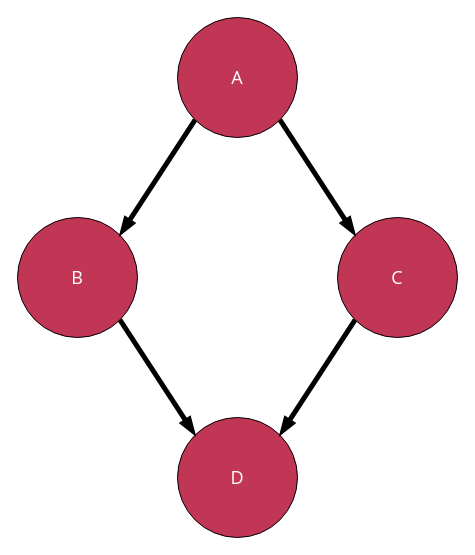
The draw.io diagram projects/hip/docs/data/tutorial/graph_api/diamond.drawio in NautRobot/Eze-P, before the edit. Source tidied: cells renumbered, new cells numbered last; positions are measured from the earlier drawing's top-left corner, leaving out a move shared by most shapes. Both pictures are drawn from the tidied source at 100%, with x=0, y=0 at pixel (17, 17).
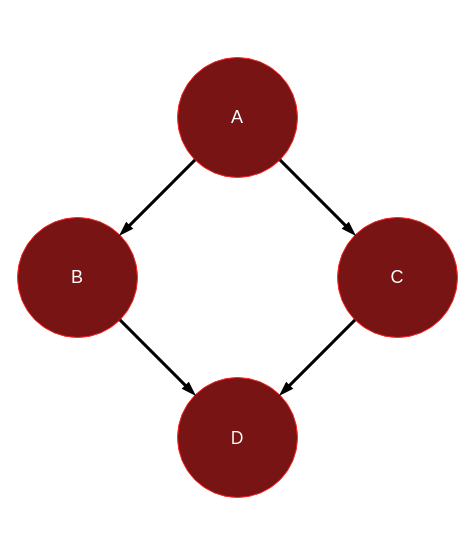
The same page after the edit.

What changed in the source:
```diff
@@
 <mxGraphModel>
   <root>
     <mxCell id="0" />
     <mxCell id="1" parent="0" />
-    <mxCell id="2" value="&lt;font style=&quot;font-size: 18px;&quot; color=&quot;#ffffff&quot;&gt;&lt;font style=&quot;font-size: 18px;&quot;&gt;A&lt;/font&gt;&lt;br style=&quot;font-size: 18px;&quot;&gt;&lt;/font&gt;" style="ellipse;whiteSpace=wrap;html=1;fillColor=#c13555;strokeColor=#000000;fontFamily=Segoe UI;fontSize=18;" parent="1" vertex="1">
-      <mxGeometry x="160" width="120" height="120" as="geometry" />
+    <mxCell id="2" value="&lt;font style=&quot;font-size: 18px;&quot;&gt;&lt;font style=&quot;font-size: 18px; color: rgb(255, 255, 255);&quot;&gt;A&lt;/font&gt;&lt;br style=&quot;font-size: 18px;&quot;&gt;&lt;/font&gt;" style="ellipse;whiteSpace=wrap;html=1;fillColor=#781414;strokeColor=#FF2424;fontFamily=Helvetica;fontSize=18;fontColor=#FFFFFF;" parent="1" vertex="1">
+      <mxGeometry x="160" y="40" width="120" height="120" as="geometry" />
     </mxCell>
-    <mxCell id="3" value="&lt;font style=&quot;font-size: 18px;&quot; color=&quot;#ffffff&quot;&gt;&lt;font style=&quot;font-size: 18px;&quot;&gt;B&lt;/font&gt;&lt;br style=&quot;font-size: 18px;&quot;&gt;&lt;/font&gt;" style="ellipse;whiteSpace=wrap;html=1;fillColor=#c13555;strokeColor=#000000;fontFamily=Segoe UI;fontSize=18;" parent="1" vertex="1">
+    <mxCell id="3" value="&lt;font style=&quot;font-size: 18px;&quot;&gt;&lt;font face=&quot;Helvetica&quot; style=&quot;font-size: 18px; color: rgb(255, 255, 255);&quot;&gt;B&lt;/font&gt;&lt;br style=&quot;font-size: 18px;&quot;&gt;&lt;/font&gt;" style="ellipse;whiteSpace=wrap;html=1;fillColor=#781414;strokeColor=#FF2424;fontFamily=Segoe UI;fontSize=18;" parent="1" vertex="1">
       <mxGeometry y="200" width="120" height="120" as="geometry" />
     </mxCell>
-    <mxCell id="4" value="&lt;font style=&quot;font-size: 18px;&quot; color=&quot;#ffffff&quot;&gt;&lt;font style=&quot;font-size: 18px;&quot;&gt;C&lt;/font&gt;&lt;br style=&quot;font-size: 18px;&quot;&gt;&lt;/font&gt;" style="ellipse;whiteSpace=wrap;html=1;fillColor=#c13555;strokeColor=#000000;fontFamily=Segoe UI;fontSize=18;" parent="1" vertex="1">
+    <mxCell id="4" value="&lt;font style=&quot;font-size: 18px;&quot;&gt;&lt;font face=&quot;Helvetica&quot; style=&quot;font-size: 18px; color: rgb(255, 255, 255);&quot;&gt;C&lt;/font&gt;&lt;br style=&quot;font-size: 18px;&quot;&gt;&lt;/font&gt;" style="ellipse;whiteSpace=wrap;html=1;fillColor=#781414;strokeColor=#FF2424;fontFamily=Segoe UI;fontSize=18;" parent="1" vertex="1">
       <mxGeometry x="320" y="200" width="120" height="120" as="geometry" />
     </mxCell>
-    <mxCell id="5" value="&lt;div style=&quot;font-size: 18px;&quot;&gt;&lt;font style=&quot;font-size: 18px;&quot; color=&quot;#ffffff&quot;&gt;&lt;font style=&quot;font-size: 18px;&quot;&gt;D&lt;/font&gt;&lt;/font&gt;&lt;/div&gt;" style="ellipse;whiteSpace=wrap;html=1;fillColor=#c13555;strokeColor=#000000;fontFamily=Segoe UI;fontSize=18;" parent="1" vertex="1">
-      <mxGeometry x="160" y="400" width="120" height="120" as="geometry" />
+    <mxCell id="5" value="&lt;div style=&quot;font-size: 18px;&quot;&gt;&lt;font style=&quot;font-size: 18px;&quot;&gt;&lt;font style=&quot;font-size: 18px; color: rgb(255, 255, 255);&quot;&gt;D&lt;/font&gt;&lt;/font&gt;&lt;/div&gt;" style="ellipse;whiteSpace=wrap;html=1;fillColor=#781414;strokeColor=#FF2424;fontFamily=Segoe UI;fontSize=18;" parent="1" vertex="1">
+      <mxGeometry x="160" y="360" width="120" height="120" as="geometry" />
     </mxCell>
-    <mxCell id="6" style="endArrow=blockThin;html=1;rounded=0;entryX=0;entryY=0;entryDx=0;entryDy=0;exitX=1;exitY=1;exitDx=0;exitDy=0;strokeWidth=5;endFill=1;fontFamily=Segoe UI;fontSize=18;strokeColor=#000000;" parent="1" edge="1" source="2" target="4">
+    <mxCell id="6" style="endArrow=blockThin;html=1;rounded=0;entryX=0;entryY=0;entryDx=0;entryDy=0;exitX=1;exitY=1;exitDx=0;exitDy=0;strokeWidth=3;endFill=1;fontFamily=Segoe UI;fontSize=18;strokeColor=#000000;" parent="1" edge="1" source="2" target="4">
       <mxGeometry relative="1" as="geometry" />
     </mxCell>
-    <mxCell id="7" style="endArrow=blockThin;html=1;rounded=0;entryX=1;entryY=0;entryDx=0;entryDy=0;exitX=0;exitY=1;exitDx=0;exitDy=0;strokeWidth=5;endFill=1;fontFamily=Segoe UI;fontSize=18;strokeColor=#000000;" parent="1" edge="1" source="2" target="3">
+    <mxCell id="7" style="endArrow=blockThin;html=1;rounded=0;entryX=1;entryY=0;entryDx=0;entryDy=0;exitX=0;exitY=1;exitDx=0;exitDy=0;strokeWidth=3;endFill=1;fontFamily=Segoe UI;fontSize=18;strokeColor=#000000;" parent="1" edge="1" source="2" target="3">
       <mxGeometry relative="1" as="geometry" />
     </mxCell>
-    <mxCell id="8" style="endArrow=blockThin;html=1;rounded=0;entryX=0;entryY=0;entryDx=0;entryDy=0;exitX=1;exitY=1;exitDx=0;exitDy=0;strokeWidth=5;endFill=1;fontFamily=Segoe UI;fontSize=18;strokeColor=#000000;" parent="1" edge="1" source="3" target="5">
+    <mxCell id="8" style="endArrow=blockThin;html=1;rounded=0;entryX=0;entryY=0;entryDx=0;entryDy=0;exitX=1;exitY=1;exitDx=0;exitDy=0;strokeWidth=3;endFill=1;fontFamily=Segoe UI;fontSize=18;strokeColor=#000000;" parent="1" edge="1" source="3" target="5">
       <mxGeometry relative="1" as="geometry" />
     </mxCell>
-    <mxCell id="9" style="endArrow=blockThin;html=1;rounded=0;strokeWidth=5;endFill=1;entryX=1;entryY=0;entryDx=0;entryDy=0;exitX=0;exitY=1;exitDx=0;exitDy=0;fontFamily=Segoe UI;fontSize=18;strokeColor=#000000;" parent="1" edge="1" source="4" target="5">
+    <mxCell id="9" style="endArrow=blockThin;html=1;rounded=0;strokeWidth=3;endFill=1;entryX=1;entryY=0;entryDx=0;entryDy=0;exitX=0;exitY=1;exitDx=0;exitDy=0;fontFamily=Segoe UI;fontSize=18;strokeColor=#000000;" parent="1" edge="1" source="4" target="5">
       <mxGeometry relative="1" as="geometry" />
     </mxCell>
   </root>
 </mxGraphModel>
```
